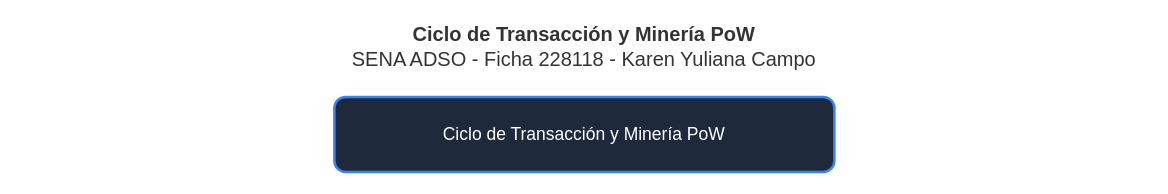
Earlier version of the draw.io diagram PET-030_GA8-220501096-AA2-EV05_Texto_Argumentativo_Blockchain/diagramas/ciclo_transaccion_mineria_consenso.drawio (kyulianacampogutierrez-ux/Evidencias). Source tidied: cells renumbered, new cells numbered last; positions are measured from the earlier drawing's top-left corner, leaving out a move shared by most shapes. Both pictures are drawn from the tidied source at 125%, with x=0, y=0 at pixel (21, 21).
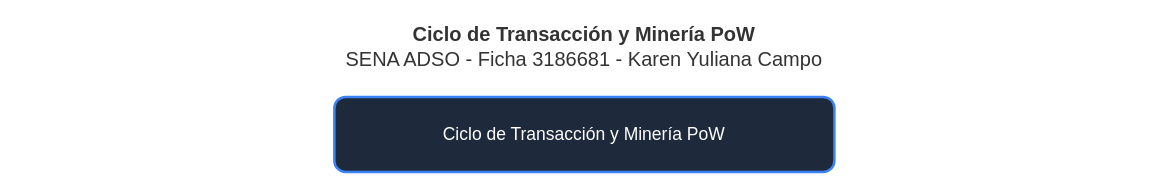
The same page after the edit.

What changed in the source:
```diff
@@
 <mxGraphModel>
   <root>
     <mxCell id="0" />
     <mxCell id="1" parent="0" />
-    <mxCell id="2" value="&lt;b&gt;Ciclo de Transacción y Minería PoW&lt;/b&gt;&lt;br&gt;SENA ADSO - Ficha 228118 - Karen Yuliana Campo" style="text;html=1;strokeColor=none;fillColor=none;align=center;verticalAlign=middle;whiteSpace=wrap;rounded=0;fontSize=16;fontColor=#333333;" parent="1" vertex="1">
+    <mxCell id="2" value="&lt;b&gt;Ciclo de Transacción y Minería PoW&lt;/b&gt;&lt;br&gt;SENA ADSO - Ficha 3186681 - Karen Yuliana Campo" style="text;html=1;strokeColor=none;fillColor=none;align=center;verticalAlign=middle;whiteSpace=wrap;rounded=0;fontSize=16;fontColor=#333333;" parent="1" vertex="1">
       <mxGeometry width="900" height="40" as="geometry" />
     </mxCell>
     <mxCell id="3" value="Ciclo de Transacción y Minería PoW" style="rounded=1;whiteSpace=wrap;html=1;fillColor=#1e293b;strokeColor=#3b82f6;strokeWidth=2;fontColor=#ffffff;fontSize=14;" parent="1" vertex="1">
       <mxGeometry x="250" y="60" width="400" height="60" as="geometry" />
     </mxCell>
   </root>
 </mxGraphModel>
```
